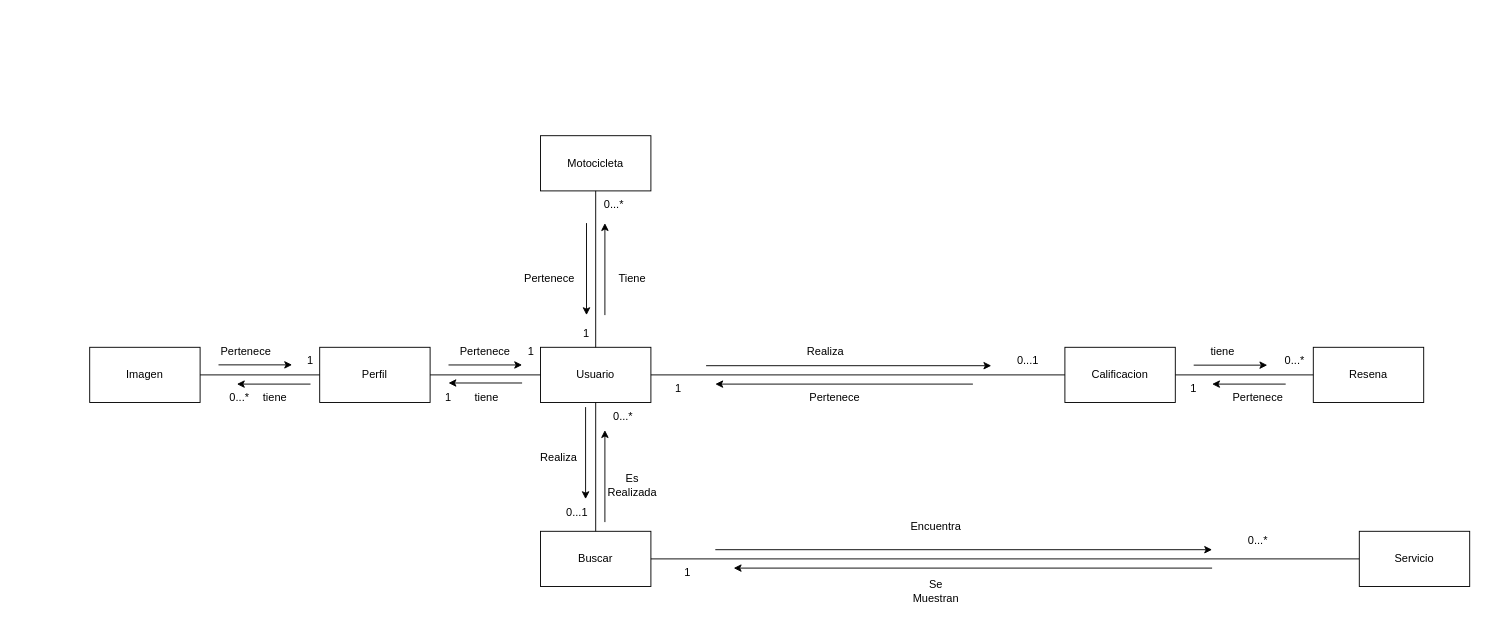
Above: Contexto acotado 1.drawio in EstebanGitPro/Digramas (draw.io), before the change. Source tidied: cells renumbered, new cells numbered last; positions are measured from the earlier drawing's top-left corner, leaving out a move shared by most shapes. Both pictures are drawn from the tidied source at 92%, with x=0, y=0 at pixel (89, 135).
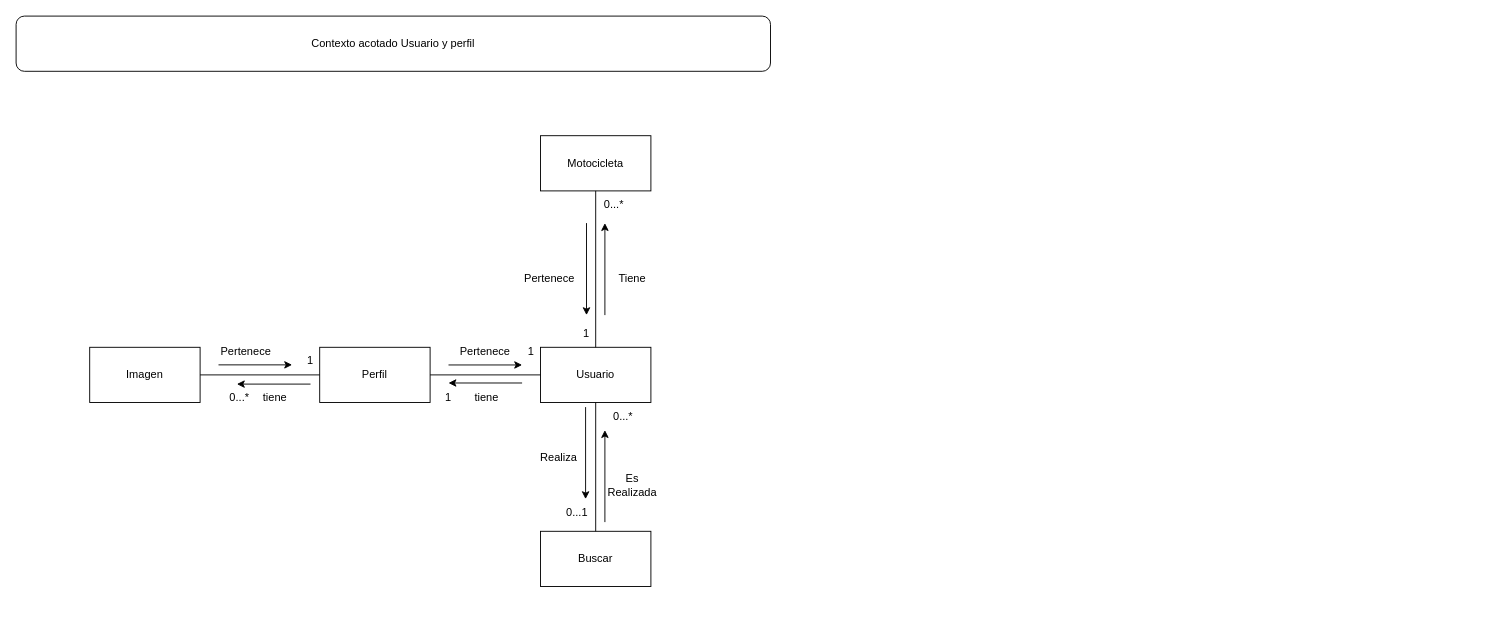
After the change.

The change refers to these unchanged cells:
```xml
<mxCell id="3" value="Usuario" style="rounded=0;whiteSpace=wrap;html=1;" parent="1" vertex="1">
  <mxGeometry x="490" y="230" width="120" height="60" as="geometry" />
</mxCell>
<mxCell id="4" value="Buscar" style="rounded=0;whiteSpace=wrap;html=1;" parent="1" vertex="1">
  <mxGeometry x="490" y="430" width="120" height="60" as="geometry" />
</mxCell>
```

The edit, as a diff of the source:
```diff
@@
-    <mxCell id="5" value="Calificacion" style="rounded=0;whiteSpace=wrap;html=1;" parent="1" vertex="1">
-      <mxGeometry x="1060" y="230" width="120" height="60" as="geometry" />
-    </mxCell>
@@
-    <mxCell id="8" style="endArrow=none;html=1;rounded=0;exitX=1;exitY=0.5;exitDx=0;exitDy=0;entryX=0;entryY=0.5;entryDx=0;entryDy=0;" parent="1" edge="1" source="3" target="5">
-      <mxGeometry relative="1" as="geometry" />
-    </mxCell>
@@
-    <mxCell id="15" value="Pertenece" style="text;html=1;align=center;verticalAlign=middle;whiteSpace=wrap;rounded=0;" parent="1" vertex="1">
-      <mxGeometry x="780" y="270" width="60" height="30" as="geometry" />
-    </mxCell>
-    <mxCell id="16" value="Realiza" style="text;html=1;align=center;verticalAlign=middle;whiteSpace=wrap;rounded=0;" parent="1" vertex="1">
-      <mxGeometry x="770" y="220" width="60" height="30" as="geometry" />
-    </mxCell>
-    <mxCell id="17" style="endArrow=classic;html=1;rounded=0;" parent="1" edge="1">
-      <mxGeometry relative="1" as="geometry">
-        <mxPoint x="670" y="250" as="sourcePoint" />
-        <mxPoint x="980" y="250" as="targetPoint" />
-      </mxGeometry>
-    </mxCell>
-    <mxCell id="18" style="endArrow=classic;html=1;rounded=0;" parent="1" edge="1">
-      <mxGeometry relative="1" as="geometry">
-        <mxPoint x="960" y="270" as="sourcePoint" />
-        <mxPoint x="680" y="270" as="targetPoint" />
-      </mxGeometry>
-    </mxCell>
-    <mxCell id="19" value="0...1" style="text;html=1;align=center;verticalAlign=middle;whiteSpace=wrap;rounded=0;" parent="1" vertex="1">
-      <mxGeometry x="990" y="230" width="60" height="30" as="geometry" />
-    </mxCell>
-    <mxCell id="20" value="1" style="text;html=1;align=center;verticalAlign=middle;whiteSpace=wrap;rounded=0;" parent="1" vertex="1">
-      <mxGeometry x="610" y="260" width="60" height="30" as="geometry" />
-    </mxCell>
-    <mxCell id="21" value="Se Muestran" style="text;html=1;align=center;verticalAlign=middle;whiteSpace=wrap;rounded=0;" parent="1" vertex="1">
-      <mxGeometry x="890" y="480" width="60" height="30" as="geometry" />
-    </mxCell>
-    <mxCell id="22" value="Encuentra" style="text;html=1;align=center;verticalAlign=middle;whiteSpace=wrap;rounded=0;" parent="1" vertex="1">
-      <mxGeometry x="890" y="410" width="60" height="30" as="geometry" />
-    </mxCell>
-    <mxCell id="23" style="endArrow=classic;html=1;rounded=0;" parent="1" edge="1">
-      <mxGeometry relative="1" as="geometry">
-        <mxPoint x="680" y="450" as="sourcePoint" />
-        <mxPoint x="1220" y="450" as="targetPoint" />
-      </mxGeometry>
-    </mxCell>
-    <mxCell id="24" style="endArrow=classic;html=1;rounded=0;" parent="1" edge="1">
-      <mxGeometry relative="1" as="geometry">
-        <mxPoint x="1220" y="470" as="sourcePoint" />
-        <mxPoint x="700" y="470" as="targetPoint" />
-      </mxGeometry>
-    </mxCell>
@@
-    <mxCell id="31" value="0...*" style="text;html=1;align=center;verticalAlign=middle;whiteSpace=wrap;rounded=0;" parent="1" vertex="1">
-      <mxGeometry x="1240" y="425" width="60" height="30" as="geometry" />
-    </mxCell>
-    <mxCell id="32" value="1" style="text;html=1;align=center;verticalAlign=middle;whiteSpace=wrap;rounded=0;" parent="1" vertex="1">
-      <mxGeometry x="620" y="460" width="60" height="30" as="geometry" />
-    </mxCell>
-    <mxCell id="33" value="Resena" style="rounded=0;whiteSpace=wrap;html=1;" parent="1" vertex="1">
-      <mxGeometry x="1330" y="230" width="120" height="60" as="geometry" />
-    </mxCell>
-    <mxCell id="34" style="endArrow=none;html=1;rounded=0;entryX=0;entryY=0.5;entryDx=0;entryDy=0;exitX=1;exitY=0.5;exitDx=0;exitDy=0;" parent="1" edge="1" source="5" target="33">
-      <mxGeometry relative="1" as="geometry" />
-    </mxCell>
-    <mxCell id="35" value="Pertenece" style="text;html=1;align=center;verticalAlign=middle;whiteSpace=wrap;rounded=0;" parent="1" vertex="1">
-      <mxGeometry x="1240" y="270" width="60" height="30" as="geometry" />
-    </mxCell>
-    <mxCell id="36" value="&amp;nbsp;tiene" style="text;html=1;align=center;verticalAlign=middle;whiteSpace=wrap;rounded=0;" parent="1" vertex="1">
-      <mxGeometry x="1200" y="220" width="60" height="30" as="geometry" />
-    </mxCell>
-    <mxCell id="37" style="endArrow=classic;html=1;rounded=0;" parent="1" edge="1">
-      <mxGeometry relative="1" as="geometry">
-        <mxPoint x="1200" y="249.4" as="sourcePoint" />
-        <mxPoint x="1280" y="249.4" as="targetPoint" />
-      </mxGeometry>
-    </mxCell>
-    <mxCell id="38" style="endArrow=classic;html=1;rounded=0;" parent="1" edge="1">
-      <mxGeometry relative="1" as="geometry">
-        <mxPoint x="1300" y="270" as="sourcePoint" />
-        <mxPoint x="1220" y="270" as="targetPoint" />
-      </mxGeometry>
-    </mxCell>
-    <mxCell id="39" value="0...*" style="text;html=1;align=center;verticalAlign=middle;whiteSpace=wrap;rounded=0;" parent="1" vertex="1">
-      <mxGeometry x="1280" y="230" width="60" height="30" as="geometry" />
-    </mxCell>
-    <mxCell id="40" value="1" style="text;html=1;align=center;verticalAlign=middle;whiteSpace=wrap;rounded=0;" parent="1" vertex="1">
-      <mxGeometry x="1170" y="260" width="60" height="30" as="geometry" />
-    </mxCell>
@@
-    <mxCell id="57" style="edgeStyle=orthogonalEdgeStyle;rounded=0;jettySize=auto;html=1;endArrow=none;endFill=0;" parent="1" edge="1" source="58" target="4">
-      <mxGeometry relative="1" as="geometry" />
-    </mxCell>
-    <mxCell id="58" value="Servicio" style="rounded=0;whiteSpace=wrap;html=1;" parent="1" vertex="1">
-      <mxGeometry x="1380" y="430" width="120" height="60" as="geometry" />
-    </mxCell>
+    <mxCell id="59" value="Contexto acotado Usuario y perfil" style="rounded=1;whiteSpace=wrap;html=1;" parent="1" vertex="1">
+      <mxGeometry x="-80" y="-130" width="820" height="60" as="geometry" />
+    </mxCell>
```
